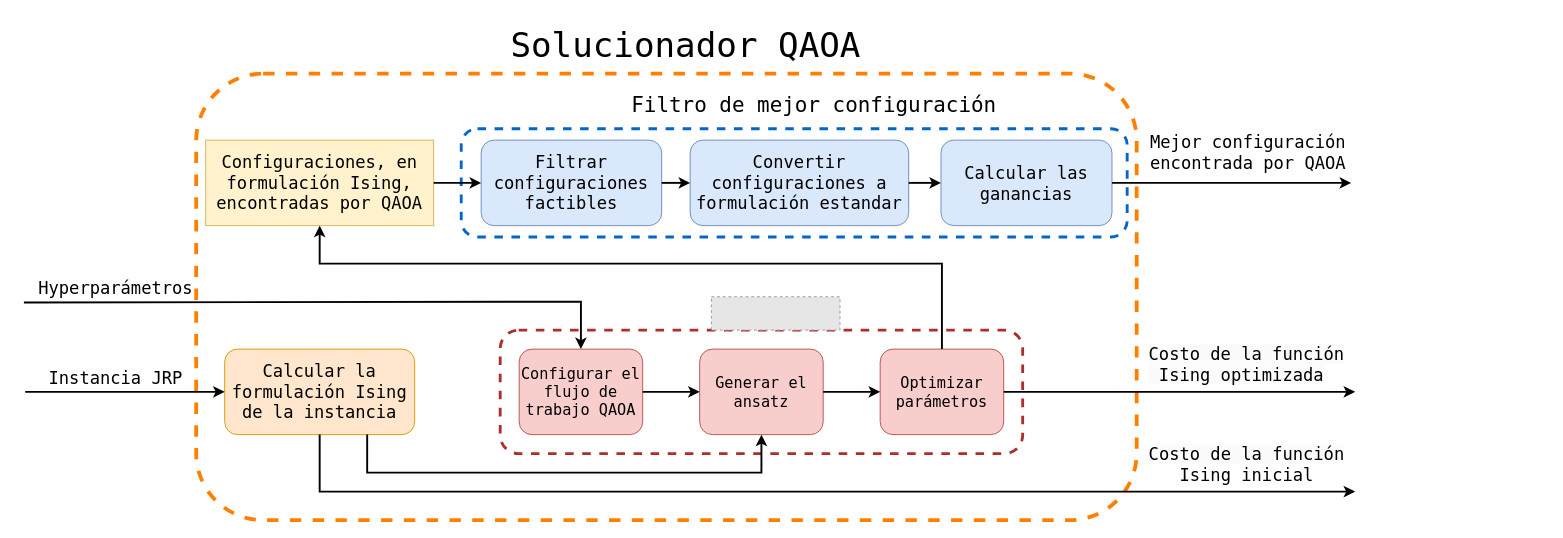
This is page "solucionadorQAOA" (8 of 14) of experiment_testQAOASolver/design/experiment_design.drawio from AdrianoLusso/QuantumComputing_for_JobReassignmentProblem, a draw.io file, before an edit. Source tidied: cells renumbered, new cells numbered last; positions are measured from the earlier drawing's top-left corner, leaving out a move shared by most shapes. Both pictures are drawn from the tidied source at 95%, with x=0, y=0 at pixel (25, 16). Pictures stored in the file or linked from it are replaced by grey dashed boxes.
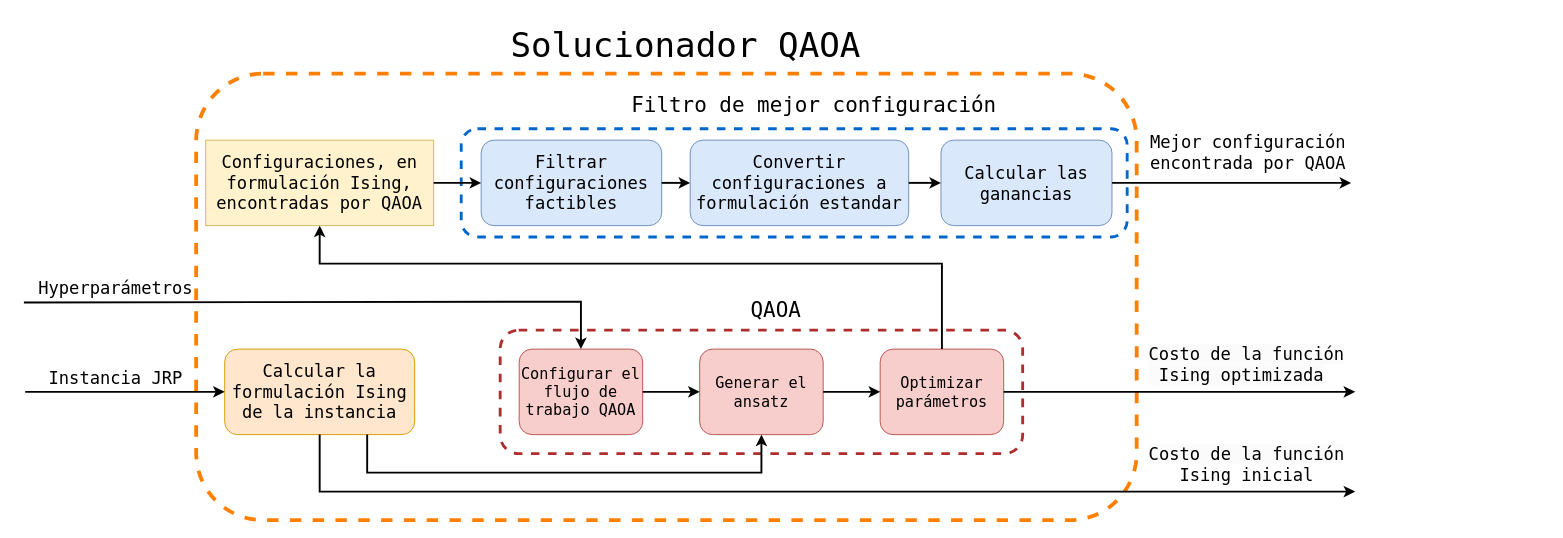
The same page after the edit.

What changed in the source:
```diff
@@
-    <mxCell id="17" style="fillColor=#E6E6E6;strokeColor=#999999;dashed=1;verticalLabelPosition=bottom;labelBackgroundColor=default;verticalAlign=top;" parent="1" vertex="1">
-      <mxGeometry x="722.3" y="294.9" width="135.4" height="35.1" as="geometry" />
-    </mxCell>
@@
+    <mxCell id="33" value="&lt;font face=&quot;Lucida Console&quot;&gt;&lt;span style=&quot;font-size: 22px;&quot;&gt;QAOA&lt;/span&gt;&lt;/font&gt;" style="text;html=1;align=center;verticalAlign=middle;strokeColor=none;fillColor=none;" parent="1" vertex="1">
+      <mxGeometry x="750" y="290" width="80" height="40" as="geometry" />
+    </mxCell>
```
